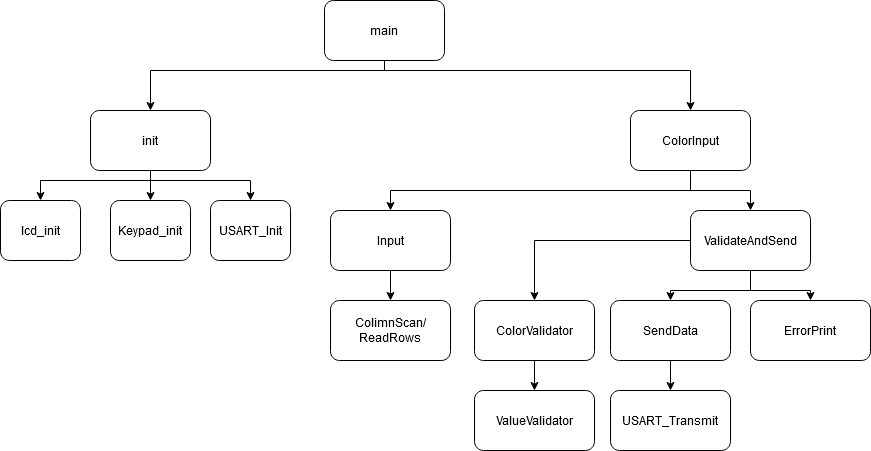
This is resources/images/HIPO.png from JoachimToefting/ProjectJoachimHUE, a draw.io export, as it was before one commit. Source tidied: cells renumbered, new cells last; positions are measured from the earlier drawing's top-left corner, leaving out a move shared by most shapes.
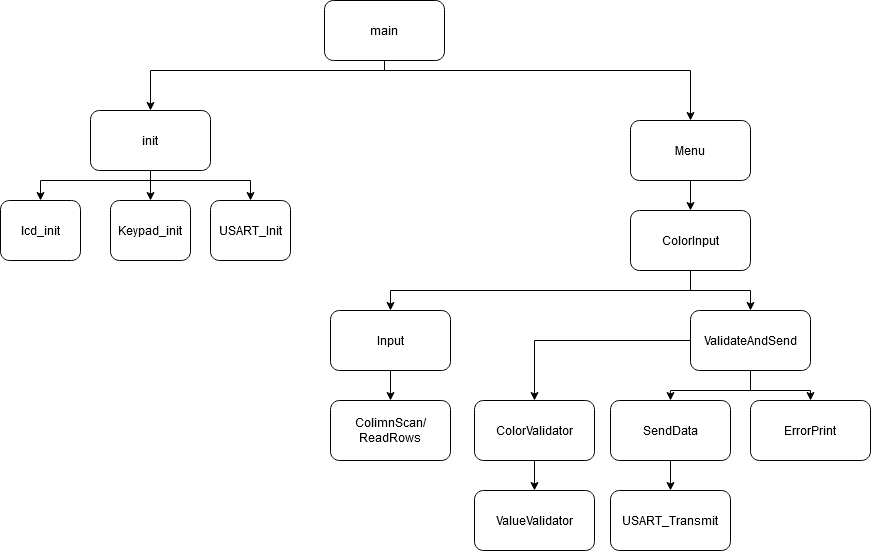
After the change.

What changed in the source:
```diff
@@ -5,27 +5,27 @@
     <mxCell id="2" style="edgeStyle=orthogonalEdgeStyle;rounded=0;jettySize=auto;html=1;" parent="1" edge="1" source="4" target="8">
       <mxGeometry relative="1" as="geometry">
         <Array as="points">
-          <mxPoint x="384" y="70" />
-          <mxPoint x="150" y="70" />
+          <mxPoint x="384" y="-30" />
+          <mxPoint x="150" y="-30" />
         </Array>
       </mxGeometry>
     </mxCell>
-    <mxCell id="3" style="edgeStyle=orthogonalEdgeStyle;rounded=0;jettySize=auto;html=1;entryX=0.5;entryY=0;entryDx=0;entryDy=0;" parent="1" edge="1" source="4" target="13">
-      <mxGeometry relative="1" as="geometry">
-        <Array as="points">
-          <mxPoint x="384" y="70" />
-          <mxPoint x="690" y="70" />
-        </Array>
-      </mxGeometry>
-    </mxCell>
+    <mxCell id="29" style="edgeStyle=orthogonalEdgeStyle;rounded=0;jettySize=auto;html=1;" parent="1" edge="1" source="4" target="31">
+      <mxGeometry relative="1" as="geometry">
+        <Array as="points">
+          <mxPoint x="384" y="-30" />
+          <mxPoint x="690" y="-30" />
+        </Array>
+      </mxGeometry>
+    </mxCell>
     <mxCell id="4" value="main" style="rounded=1;whiteSpace=wrap;html=1;" parent="1" vertex="1">
-      <mxGeometry x="324" width="120" height="60" as="geometry" />
+      <mxGeometry x="324" y="-100" width="120" height="60" as="geometry" />
     </mxCell>
     <mxCell id="5" style="edgeStyle=orthogonalEdgeStyle;rounded=0;jettySize=auto;html=1;entryX=0.5;entryY=0;entryDx=0;entryDy=0;" parent="1" edge="1" source="8" target="9">
       <mxGeometry relative="1" as="geometry">
         <Array as="points">
-          <mxPoint x="150" y="180" />
-          <mxPoint x="40" y="180" />
+          <mxPoint x="150" y="80" />
+          <mxPoint x="40" y="80" />
         </Array>
       </mxGeometry>
     </mxCell>
@@ -35,19 +35,19 @@
     <mxCell id="7" style="edgeStyle=orthogonalEdgeStyle;rounded=0;jettySize=auto;html=1;entryX=0.5;entryY=0;entryDx=0;entryDy=0;" parent="1" edge="1" source="8" target="28">
       <mxGeometry relative="1" as="geometry">
         <Array as="points">
-          <mxPoint x="150" y="180" />
-          <mxPoint x="250" y="180" />
+          <mxPoint x="150" y="80" />
+          <mxPoint x="250" y="80" />
         </Array>
       </mxGeometry>
     </mxCell>
     <mxCell id="8" value="init" style="rounded=1;whiteSpace=wrap;html=1;" parent="1" vertex="1">
-      <mxGeometry x="90" y="110" width="120" height="60" as="geometry" />
+      <mxGeometry x="90" y="10" width="120" height="60" as="geometry" />
     </mxCell>
     <mxCell id="9" value="&lt;div&gt;lcd_init&lt;/div&gt;" style="rounded=1;whiteSpace=wrap;html=1;" parent="1" vertex="1">
-      <mxGeometry y="200" width="80" height="60" as="geometry" />
+      <mxGeometry y="100" width="80" height="60" as="geometry" />
     </mxCell>
     <mxCell id="10" value="Keypad_init" style="rounded=1;whiteSpace=wrap;html=1;" parent="1" vertex="1">
-      <mxGeometry x="110" y="200" width="80" height="60" as="geometry" />
+      <mxGeometry x="110" y="100" width="80" height="60" as="geometry" />
     </mxCell>
     <mxCell id="11" style="edgeStyle=orthogonalEdgeStyle;rounded=0;jettySize=auto;html=1;" parent="1" edge="1" source="13" target="19">
       <mxGeometry relative="1" as="geometry">
@@ -106,7 +106,13 @@
       <mxGeometry x="610" y="300" width="120" height="60" as="geometry" />
     </mxCell>
     <mxCell id="28" value="USART_Init" style="rounded=1;whiteSpace=wrap;html=1;" parent="1" vertex="1">
-      <mxGeometry x="210" y="200" width="80" height="60" as="geometry" />
+      <mxGeometry x="210" y="100" width="80" height="60" as="geometry" />
     </mxCell>
+    <mxCell id="30" style="edgeStyle=orthogonalEdgeStyle;rounded=0;jettySize=auto;html=1;" parent="1" edge="1" source="31" target="13">
+      <mxGeometry relative="1" as="geometry" />
+    </mxCell>
+    <mxCell id="31" value="Menu" style="rounded=1;whiteSpace=wrap;html=1;" parent="1" vertex="1">
+      <mxGeometry x="630" y="20" width="120" height="60" as="geometry" />
+    </mxCell>
   </root>
 </mxGraphModel>
```
